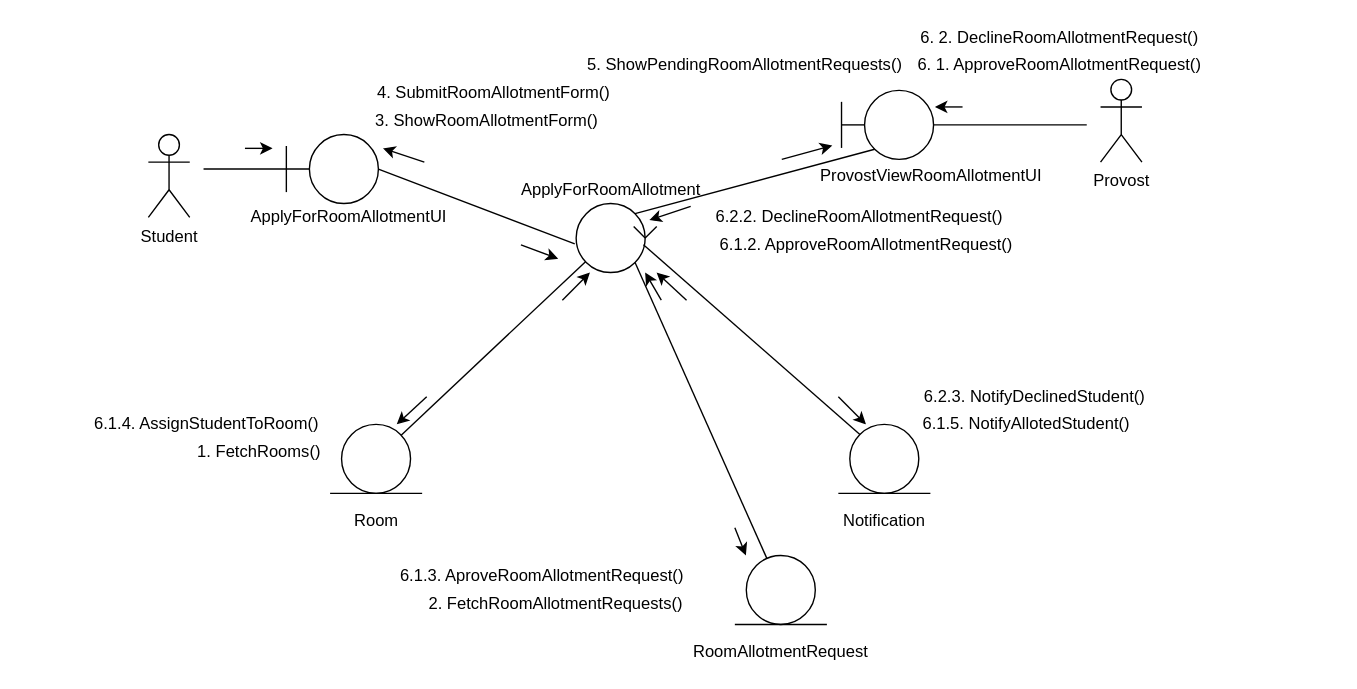
The draw.io diagram page "RoomAllotment" (8 of 11) of Collab.drawio in Noman1705088/CSE-326, before the edit. Source tidied: cells renumbered, new cells numbered last; positions are measured from the earlier drawing's top-left corner, leaving out a move shared by most shapes. Both pictures are drawn from the tidied source at 138%, with x=0, y=0 at pixel (81, 23).
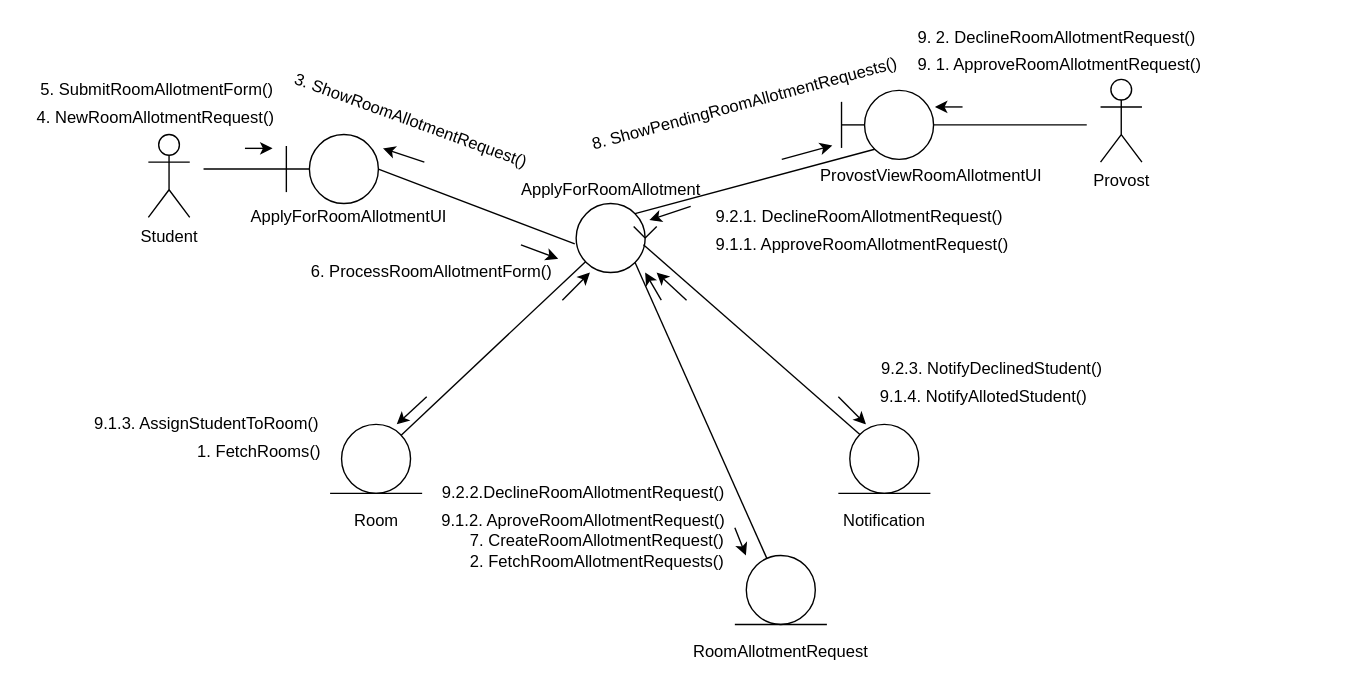
Above is the later version.

Unchanged cells that the change refers to:
```xml
<mxCell id="49" style="group;strokeColor=none;fillColor=none;" parent="48" vertex="1">
  <mxGeometry width="338.3" height="90" as="geometry" />
</mxCell>
```

The edit, as a diff of the source:
```diff
@@
-    <mxCell id="52" value="6.1.5. NotifyAllotedStudent()" style="text;html=1;align=center;verticalAlign=middle;strokeColor=none;fillColor=none;" parent="49" vertex="1">
-      <mxGeometry x="51.2" y="-10" width="170" height="20" as="geometry" />
+    <mxCell id="52" value="9.1.4. NotifyAllotedStudent()" style="text;html=1;align=center;verticalAlign=middle;strokeColor=none;fillColor=none;" parent="49" vertex="1">
+      <mxGeometry x="20" y="-30" width="170" height="20" as="geometry" />
     </mxCell>
@@
     <mxCell id="57" value="2. FetchRoomAllotmentRequests()" style="text;html=1;align=center;verticalAlign=middle;strokeColor=none;fillColor=none;" parent="1" vertex="1">
-      <mxGeometry x="243" y="410" width="200" height="20" as="geometry" />
+      <mxGeometry x="273" y="380" width="200" height="20" as="geometry" />
     </mxCell>
-    <mxCell id="58" value="3. ShowRoomAllotmentForm()" style="text;html=1;align=center;verticalAlign=middle;strokeColor=none;fillColor=none;" parent="1" vertex="1">
-      <mxGeometry x="203" y="60" width="180" height="20" as="geometry" />
+    <mxCell id="58" value="3. ShowRoomAllotmentRequest()" style="text;html=1;align=center;verticalAlign=middle;strokeColor=none;fillColor=none;rotation=20;" parent="1" vertex="1">
+      <mxGeometry x="143" y="60" width="190" height="20" as="geometry" />
     </mxCell>
-    <mxCell id="59" value="4. SubmitRoomAllotmentForm()" style="text;html=1;align=center;verticalAlign=middle;strokeColor=none;fillColor=none;" parent="1" vertex="1">
-      <mxGeometry x="208" y="40" width="180" height="20" as="geometry" />
+    <mxCell id="59" value="5. SubmitRoomAllotmentForm()" style="text;html=1;align=center;verticalAlign=middle;strokeColor=none;fillColor=none;rotation=0;" parent="1" vertex="1">
+      <mxGeometry x="-36" y="38" width="180" height="20" as="geometry" />
     </mxCell>
@@
-    <mxCell id="61" value="5. ShowPendingRoomAllotmentRequests()" style="text;html=1;align=center;verticalAlign=middle;strokeColor=none;fillColor=none;" parent="1" vertex="1">
-      <mxGeometry x="360" y="20" width="240" height="20" as="geometry" />
+    <mxCell id="61" value="8. ShowPendingRoomAllotmentRequests()" style="text;html=1;align=center;verticalAlign=middle;strokeColor=none;fillColor=none;rotation=-15;" parent="1" vertex="1">
+      <mxGeometry x="360" y="48" width="240" height="20" as="geometry" />
     </mxCell>
@@
-    <mxCell id="63" value="6. 1. ApproveRoomAllotmentRequest()" style="text;html=1;align=center;verticalAlign=middle;strokeColor=none;fillColor=none;" parent="1" vertex="1">
+    <mxCell id="63" value="9. 1. ApproveRoomAllotmentRequest()" style="text;html=1;align=center;verticalAlign=middle;strokeColor=none;fillColor=none;" parent="1" vertex="1">
       <mxGeometry x="598" y="20" width="220" height="20" as="geometry" />
     </mxCell>
-    <mxCell id="64" value="6. 2. DeclineRoomAllotmentRequest()" style="text;html=1;align=center;verticalAlign=middle;strokeColor=none;fillColor=none;" parent="1" vertex="1">
-      <mxGeometry x="598" width="220" height="20" as="geometry" />
+    <mxCell id="64" value="9. 2. DeclineRoomAllotmentRequest()" style="text;html=1;align=center;verticalAlign=middle;strokeColor=none;fillColor=none;" parent="1" vertex="1">
+      <mxGeometry x="596" width="220" height="20" as="geometry" />
     </mxCell>
-    <mxCell id="65" value="6.1.2. ApproveRoomAllotmentRequest()" style="text;html=1;align=center;verticalAlign=middle;strokeColor=none;fillColor=none;" parent="1" vertex="1">
-      <mxGeometry x="453" y="150" width="230" height="20" as="geometry" />
+    <mxCell id="65" value="9.1.1. ApproveRoomAllotmentRequest()" style="text;html=1;align=center;verticalAlign=middle;strokeColor=none;fillColor=none;" parent="1" vertex="1">
+      <mxGeometry x="450" y="150" width="230" height="20" as="geometry" />
     </mxCell>
-    <mxCell id="66" value="6.1.4. AssignStudentToRoom()" style="text;html=1;align=center;verticalAlign=middle;strokeColor=none;fillColor=none;" parent="1" vertex="1">
+    <mxCell id="66" value="9.1.3. AssignStudentToRoom()" style="text;html=1;align=center;verticalAlign=middle;strokeColor=none;fillColor=none;" parent="1" vertex="1">
       <mxGeometry x="-0.3" y="280" width="180" height="20" as="geometry" />
     </mxCell>
-    <mxCell id="67" value="6.1.3. AproveRoomAllotmentRequest()" style="text;html=1;align=center;verticalAlign=middle;strokeColor=none;fillColor=none;" parent="1" vertex="1">
-      <mxGeometry x="223" y="390" width="220" height="20" as="geometry" />
+    <mxCell id="67" value="9.1.2. AproveRoomAllotmentRequest()" style="text;html=1;align=center;verticalAlign=middle;strokeColor=none;fillColor=none;" parent="1" vertex="1">
+      <mxGeometry x="253" y="350" width="220" height="20" as="geometry" />
     </mxCell>
-    <mxCell id="68" value="6.2.2. DeclineRoomAllotmentRequest()" style="text;html=1;align=center;verticalAlign=middle;strokeColor=none;fillColor=none;" parent="1" vertex="1">
+    <mxCell id="68" value="9.2.1. DeclineRoomAllotmentRequest()" style="text;html=1;align=center;verticalAlign=middle;strokeColor=none;fillColor=none;" parent="1" vertex="1">
       <mxGeometry x="453" y="130" width="220" height="20" as="geometry" />
     </mxCell>
-    <mxCell id="69" value="6.2.3. NotifyDeclinedStudent()" style="text;html=1;align=center;verticalAlign=middle;strokeColor=none;fillColor=none;" parent="1" vertex="1">
-      <mxGeometry x="600" y="260" width="180" height="20" as="geometry" />
+    <mxCell id="69" value="9.2.3. NotifyDeclinedStudent()" style="text;html=1;align=center;verticalAlign=middle;strokeColor=none;fillColor=none;" parent="1" vertex="1">
+      <mxGeometry x="568.8" y="240" width="180" height="20" as="geometry" />
     </mxCell>
+    <mxCell id="70" value="6. ProcessRoomAllotmentForm()" style="text;html=1;align=center;verticalAlign=middle;strokeColor=none;fillColor=none;rotation=0;" parent="1" vertex="1">
+      <mxGeometry x="158" y="170" width="190" height="20" as="geometry" />
+    </mxCell>
+    <mxCell id="71" value="7. CreateRoomAllotmentRequest()" style="text;html=1;align=center;verticalAlign=middle;strokeColor=none;fillColor=none;" parent="1" vertex="1">
+      <mxGeometry x="273" y="365" width="200" height="20" as="geometry" />
+    </mxCell>
+    <mxCell id="72" value="9.2.2.DeclineRoomAllotmentRequest()" style="text;html=1;align=center;verticalAlign=middle;strokeColor=none;fillColor=none;" parent="1" vertex="1">
+      <mxGeometry x="253" y="330" width="220" height="20" as="geometry" />
+    </mxCell>
+    <mxCell id="73" value="4. NewRoomAllotmentRequest()" style="text;html=1;align=center;verticalAlign=middle;strokeColor=none;fillColor=none;rotation=0;" parent="1" vertex="1">
+      <mxGeometry x="-42" y="58" width="190" height="20" as="geometry" />
+    </mxCell>
```
